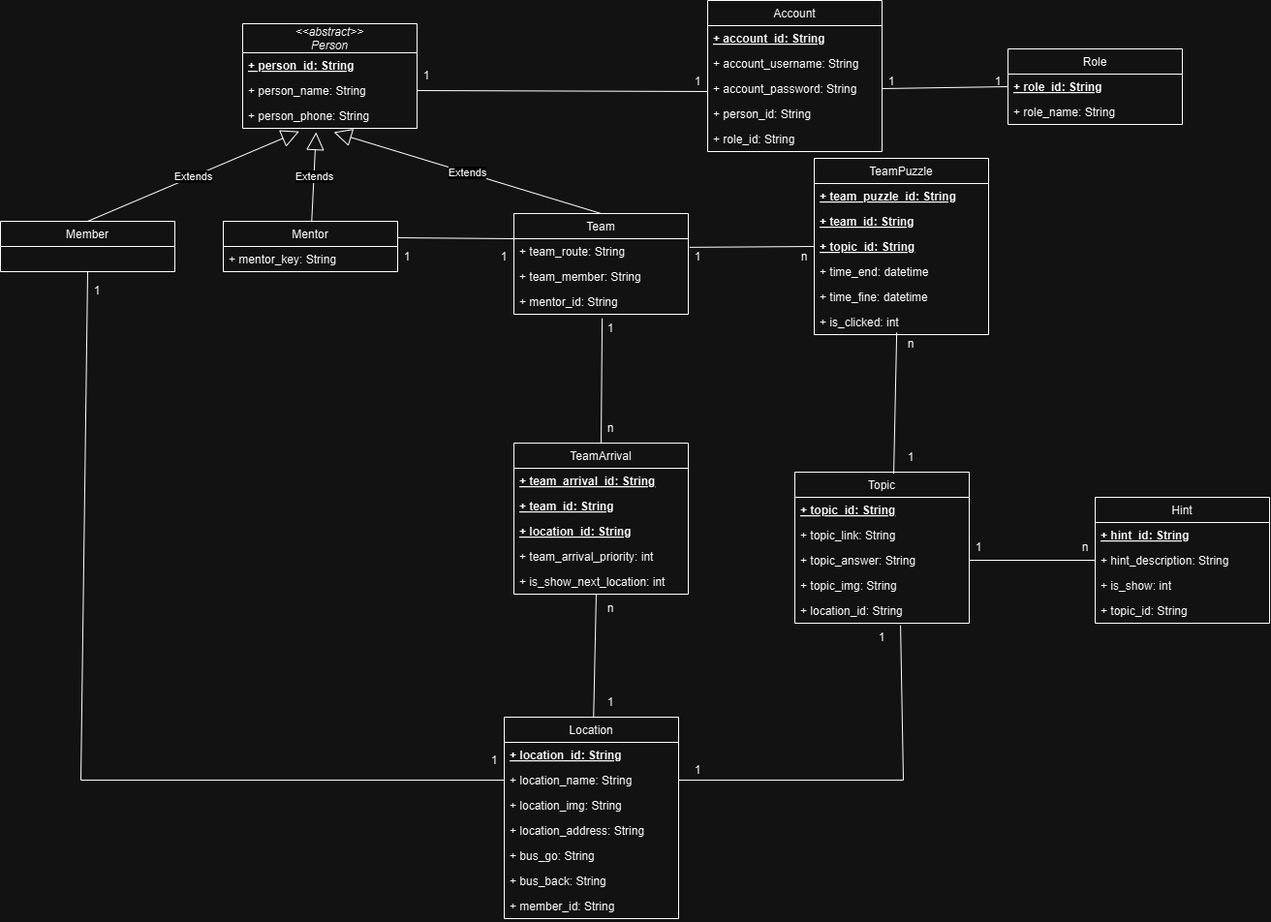
Tiendat06/ITZone_TeamBuilding keeps this draw.io diagram as config/TB_ClassDiagram.png. Above is the earlier version. Source tidied: cells renumbered, new cells last; positions are measured from the earlier drawing's top-left corner, leaving out a move shared by most shapes.
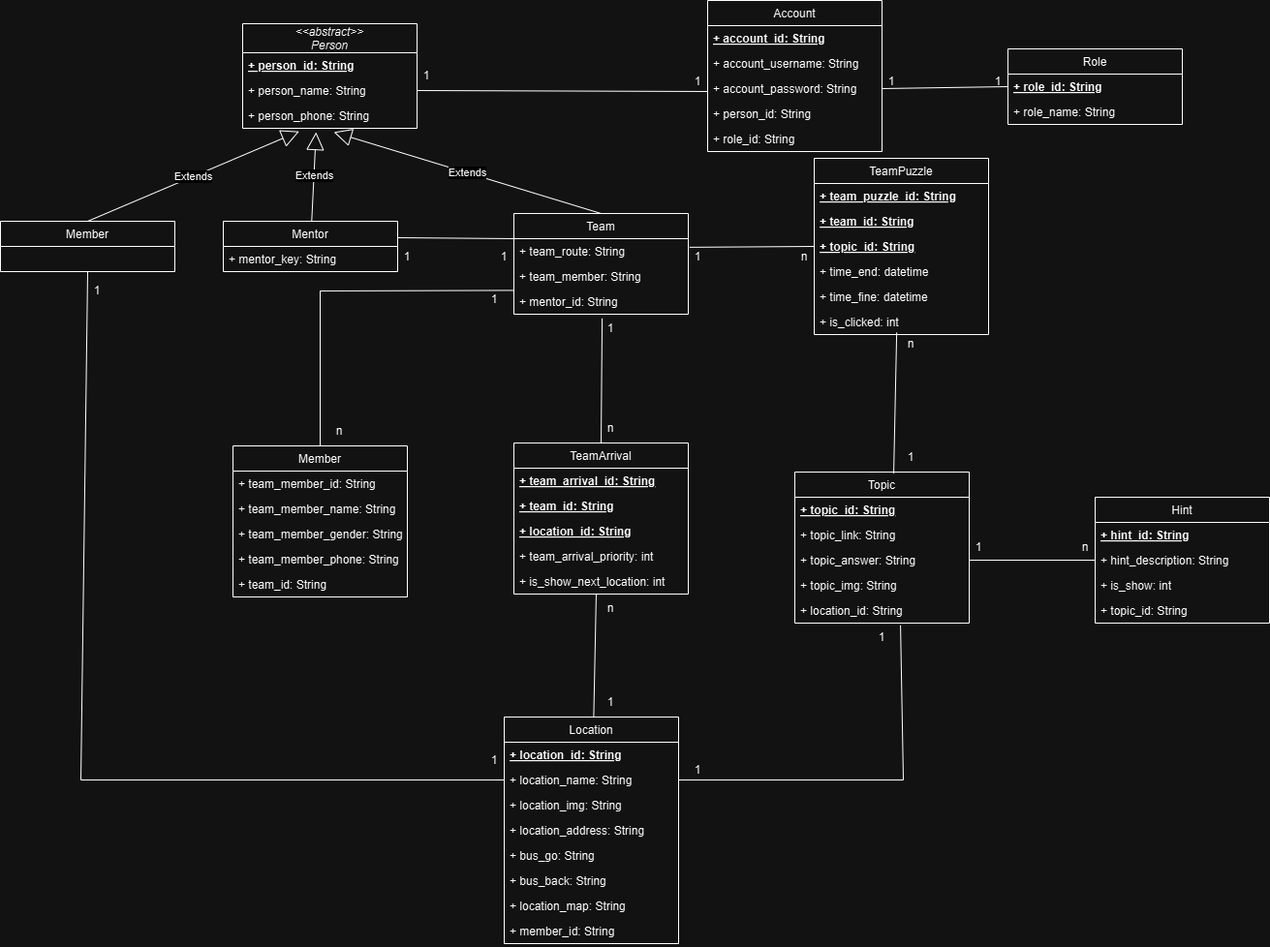
Above is the later version.

Change to the diagram source:
```diff
@@ -93,7 +93,7 @@
       <mxGeometry x="890" y="69" width="60" height="30" as="geometry" />
     </mxCell>
     <mxCell id="32" value="Location" style="swimlane;fontStyle=0;horizontal=1;startSize=26;fillColor=none;" parent="1" vertex="1">
-      <mxGeometry x="520" y="740" width="180" height="208" as="geometry" />
+      <mxGeometry x="520" y="740" width="180" height="234" as="geometry" />
     </mxCell>
     <mxCell id="33" value="+ location_id: String" style="text;strokeColor=none;fillColor=none;align=left;verticalAlign=top;spacingLeft=4;spacingRight=4;overflow=hidden;fontStyle=5;" parent="32" vertex="1">
       <mxGeometry y="26" width="180" height="26" as="geometry" />
@@ -113,8 +113,11 @@
     <mxCell id="38" value="+ bus_back: String" style="text;strokeColor=none;fillColor=none;align=left;verticalAlign=top;spacingLeft=4;spacingRight=4;overflow=hidden;" parent="32" vertex="1">
       <mxGeometry y="156" width="180" height="26" as="geometry" />
     </mxCell>
+    <mxCell id="87" value="+ location_map: String" style="text;strokeColor=none;fillColor=none;align=left;verticalAlign=top;spacingLeft=4;spacingRight=4;overflow=hidden;" parent="32" vertex="1">
+      <mxGeometry y="182" width="180" height="26" as="geometry" />
+    </mxCell>
     <mxCell id="39" value="+ member_id: String" style="text;strokeColor=none;fillColor=none;align=left;verticalAlign=top;spacingLeft=4;spacingRight=4;overflow=hidden;" parent="32" vertex="1">
-      <mxGeometry y="182" width="180" height="26" as="geometry" />
+      <mxGeometry y="208" width="180" height="26" as="geometry" />
     </mxCell>
     <mxCell id="40" style="endArrow=none;html=1;rounded=0;exitX=0.5;exitY=1;exitDx=0;exitDy=0;entryX=0;entryY=0.5;entryDx=0;entryDy=0;" parent="1" edge="1" source="85" target="34">
       <mxGeometry relative="1" as="geometry">
@@ -265,5 +268,36 @@
     <mxCell id="86" value="Extends" style="endArrow=block;endSize=16;endFill=0;html=1;rounded=0;entryX=0.324;entryY=1.125;entryDx=0;entryDy=0;entryPerimeter=0;exitX=0.5;exitY=0;exitDx=0;exitDy=0;" parent="1" edge="1" source="85" target="7">
       <mxGeometry relative="1" as="geometry" />
     </mxCell>
+    <mxCell id="88" value="Member" style="swimlane;fontStyle=0;horizontal=1;startSize=26;fillColor=none;" parent="1" vertex="1">
+      <mxGeometry x="240" y="460" width="180" height="156" as="geometry" />
+    </mxCell>
+    <mxCell id="89" value="+ team_member_id: String" style="text;strokeColor=none;fillColor=none;align=left;verticalAlign=top;spacingLeft=4;spacingRight=4;overflow=hidden;" parent="88" vertex="1">
+      <mxGeometry y="26" width="180" height="26" as="geometry" />
+    </mxCell>
+    <mxCell id="90" value="+ team_member_name: String" style="text;strokeColor=none;fillColor=none;align=left;verticalAlign=top;spacingLeft=4;spacingRight=4;overflow=hidden;" parent="88" vertex="1">
+      <mxGeometry y="52" width="180" height="26" as="geometry" />
+    </mxCell>
+    <mxCell id="91" value="+ team_member_gender: String" style="text;strokeColor=none;fillColor=none;align=left;verticalAlign=top;spacingLeft=4;spacingRight=4;overflow=hidden;" parent="88" vertex="1">
+      <mxGeometry y="78" width="180" height="26" as="geometry" />
+    </mxCell>
+    <mxCell id="92" value="+ team_member_phone: String" style="text;strokeColor=none;fillColor=none;align=left;verticalAlign=top;spacingLeft=4;spacingRight=4;overflow=hidden;" parent="88" vertex="1">
+      <mxGeometry y="104" width="180" height="26" as="geometry" />
+    </mxCell>
+    <mxCell id="93" value="+ team_id: String" style="text;strokeColor=none;fillColor=none;align=left;verticalAlign=top;spacingLeft=4;spacingRight=4;overflow=hidden;" parent="88" vertex="1">
+      <mxGeometry y="130" width="180" height="26" as="geometry" />
+    </mxCell>
+    <mxCell id="94" style="endArrow=none;html=1;rounded=0;exitX=-0.004;exitY=0.054;exitDx=0;exitDy=0;exitPerimeter=0;entryX=0.5;entryY=0;entryDx=0;entryDy=0;" parent="1" edge="1" source="11" target="88">
+      <mxGeometry relative="1" as="geometry">
+        <Array as="points">
+          <mxPoint x="330" y="300" />
+        </Array>
+      </mxGeometry>
+    </mxCell>
+    <mxCell id="95" value="1" style="text;html=1;strokeColor=none;fillColor=none;align=center;verticalAlign=middle;whiteSpace=wrap;rounded=0;" parent="1" vertex="1">
+      <mxGeometry x="480" y="294" width="60" height="30" as="geometry" />
+    </mxCell>
+    <mxCell id="96" value="n" style="text;html=1;strokeColor=none;fillColor=none;align=center;verticalAlign=middle;whiteSpace=wrap;rounded=0;" parent="1" vertex="1">
+      <mxGeometry x="320" y="430" width="60" height="30" as="geometry" />
+    </mxCell>
   </root>
 </mxGraphModel>
```
